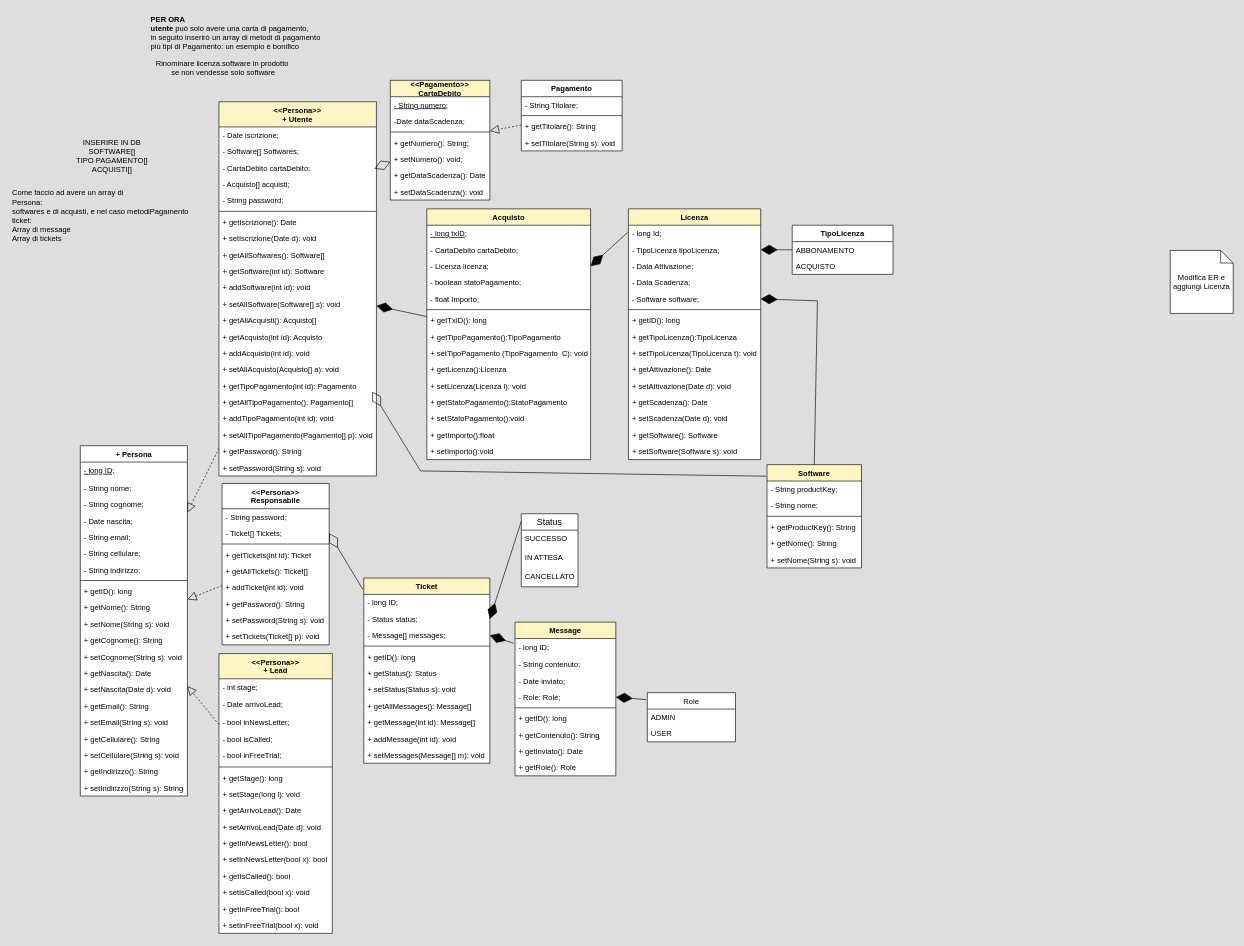
This is page "UML" (1 of 2) of documentazione/UML.drawio from P4na/PipeNetwork, a draw.io file, before an edit. Source tidied: cells renumbered, new cells numbered last; positions are measured from the earlier drawing's top-left corner, leaving out a move shared by most shapes. Both pictures are drawn from the tidied source at 63%, with x=0, y=0 at pixel (11, 11).
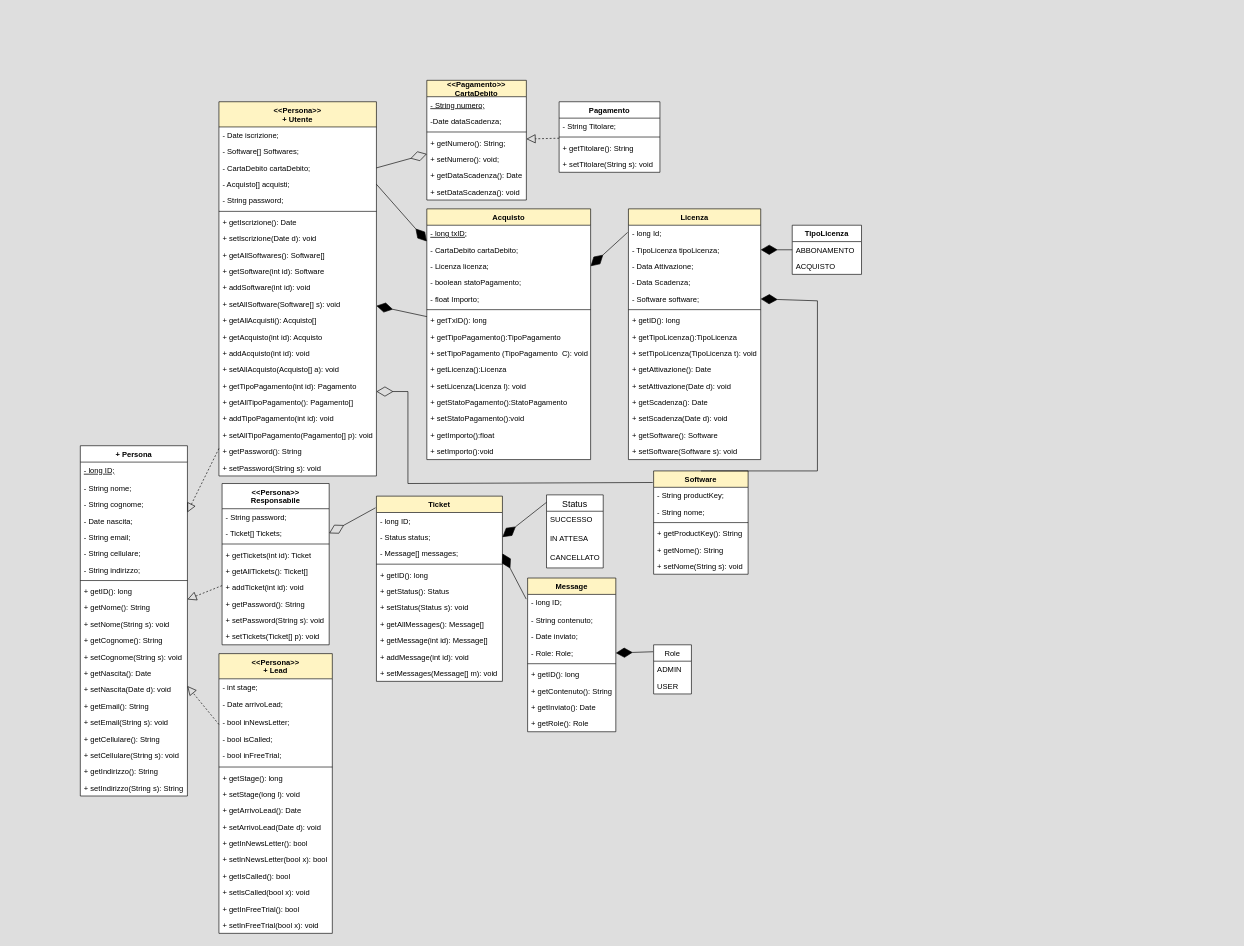
The same page after the edit.

Unchanged cells that the change refers to:
```xml
<mxCell id="28" value="- Acquisto[] acquisti;" style="text;strokeColor=none;fillColor=none;align=left;verticalAlign=top;spacingLeft=4;spacingRight=4;overflow=hidden;points=[[0,0.5],[1,0.5]];portConstraint=eastwest;" parent="24" vertex="1">
  <mxGeometry y="118" width="250" height="26" as="geometry" />
</mxCell>
<mxCell id="42" value="+ getAllTipoPagamento(): Pagamento[]" style="text;strokeColor=none;fillColor=none;align=left;verticalAlign=top;spacingLeft=4;spacingRight=4;overflow=hidden;points=[[0,0.5],[1,0.5]];portConstraint=eastwest;" parent="24" vertex="1">
  <mxGeometry y="464" width="250" height="26" as="geometry" />
</mxCell>
<mxCell id="81" value="Acquisto" style="swimlane;fontStyle=1;align=center;verticalAlign=top;horizontal=1;startSize=26;swimlaneFillColor=default;fillColor=#FFF4C3;" parent="1" vertex="1">
  <mxGeometry x="660" y="314" width="260" height="398" as="geometry" />
</mxCell>
<mxCell id="151" value="- Software software;" style="text;strokeColor=none;fillColor=none;align=left;verticalAlign=top;spacingLeft=4;spacingRight=4;overflow=hidden;points=[[0,0.5],[1,0.5]];portConstraint=eastwest;" parent="146" vertex="1">
  <mxGeometry y="130" width="210" height="26" as="geometry" />
</mxCell>
```

Change to the diagram source:
```diff
@@
     <mxCell id="66" value="&lt;&lt;Pagamento&gt;&gt;&#10;CartaDebito" style="swimlane;fontStyle=1;horizontal=1;startSize=26;fillColor=#FFF4C3;swimlaneFillColor=default;" parent="1" vertex="1">
-      <mxGeometry x="602" y="110" width="158" height="190" as="geometry" />
+      <mxGeometry x="660" y="110" width="158" height="190" as="geometry" />
     </mxCell>
@@
     <mxCell id="74" value="Software" style="swimlane;fontStyle=1;align=center;verticalAlign=top;horizontal=1;startSize=26;swimlaneFillColor=default;fillColor=#FFF4C3;" parent="1" vertex="1">
-      <mxGeometry x="1200" y="720" width="150" height="164" as="geometry" />
+      <mxGeometry x="1020" y="730" width="150" height="164" as="geometry" />
     </mxCell>
@@
     <mxCell id="97" value="Ticket" style="swimlane;fontStyle=1;align=center;verticalAlign=top;horizontal=1;startSize=26;swimlaneFillColor=default;fillColor=#FFF4C3;" parent="1" vertex="1">
-      <mxGeometry x="560" y="900" width="200" height="294" as="geometry" />
+      <mxGeometry x="580" y="770" width="200" height="294" as="geometry" />
     </mxCell>
@@
     <mxCell id="109" value="Status" style="swimlane;fontStyle=0;horizontal=1;startSize=26;align=center;fontSize=14;swimlaneFillColor=default;" parent="1" vertex="1">
-      <mxGeometry x="810" y="798" width="90" height="116" as="geometry" />
+      <mxGeometry x="850" y="768" width="90" height="116" as="geometry" />
     </mxCell>
@@
     <mxCell id="125" value="Message" style="swimlane;fontStyle=1;align=center;verticalAlign=top;horizontal=1;startSize=26;swimlaneFillColor=default;fillColor=#FFF4C3;" parent="1" vertex="1">
-      <mxGeometry x="800" y="970" width="160" height="244" as="geometry" />
+      <mxGeometry x="820" y="900" width="140" height="244" as="geometry" />
     </mxCell>
     <mxCell id="126" value="- long ID;" style="text;strokeColor=none;fillColor=none;align=left;verticalAlign=top;spacingLeft=4;spacingRight=4;overflow=hidden;" parent="125" vertex="1">
-      <mxGeometry y="26" width="160" height="28" as="geometry" />
+      <mxGeometry y="26" width="140" height="28" as="geometry" />
     </mxCell>
     <mxCell id="127" value="- String contenuto;" style="text;strokeColor=none;fillColor=none;align=left;verticalAlign=top;spacingLeft=4;spacingRight=4;overflow=hidden;" parent="125" vertex="1">
-      <mxGeometry y="54" width="160" height="26" as="geometry" />
+      <mxGeometry y="54" width="140" height="26" as="geometry" />
     </mxCell>
     <mxCell id="128" value="- Date inviato;" style="text;strokeColor=none;fillColor=none;align=left;verticalAlign=top;spacingLeft=4;spacingRight=4;overflow=hidden;" parent="125" vertex="1">
-      <mxGeometry y="80" width="160" height="26" as="geometry" />
+      <mxGeometry y="80" width="140" height="26" as="geometry" />
     </mxCell>
     <mxCell id="129" value="- Role: Role;" style="text;strokeColor=none;fillColor=none;align=left;verticalAlign=top;spacingLeft=4;spacingRight=4;overflow=hidden;points=[[0,0.5],[1,0.5]];portConstraint=eastwest;" parent="125" vertex="1">
-      <mxGeometry y="106" width="160" height="26" as="geometry" />
+      <mxGeometry y="106" width="140" height="26" as="geometry" />
     </mxCell>
     <mxCell id="130" style="line;strokeWidth=1;fillColor=none;align=left;verticalAlign=middle;spacingTop=-1;spacingLeft=3;spacingRight=3;labelPosition=right;strokeColor=inherit;" parent="125" vertex="1">
-      <mxGeometry y="132" width="160" height="8" as="geometry" />
+      <mxGeometry y="132" width="140" height="8" as="geometry" />
     </mxCell>
     <mxCell id="131" value="+ getID(): long" style="text;strokeColor=none;fillColor=none;align=left;verticalAlign=top;spacingLeft=4;spacingRight=4;overflow=hidden;" parent="125" vertex="1">
-      <mxGeometry y="140" width="160" height="26" as="geometry" />
+      <mxGeometry y="140" width="140" height="26" as="geometry" />
     </mxCell>
     <mxCell id="132" value="+ getContenuto(): String" style="text;strokeColor=none;fillColor=none;align=left;verticalAlign=top;spacingLeft=4;spacingRight=4;overflow=hidden;" parent="125" vertex="1">
-      <mxGeometry y="166" width="160" height="26" as="geometry" />
+      <mxGeometry y="166" width="140" height="26" as="geometry" />
     </mxCell>
     <mxCell id="133" value="+ getInviato(): Date" style="text;strokeColor=none;fillColor=none;align=left;verticalAlign=top;spacingLeft=4;spacingRight=4;overflow=hidden;" parent="125" vertex="1">
-      <mxGeometry y="192" width="160" height="26" as="geometry" />
+      <mxGeometry y="192" width="140" height="26" as="geometry" />
     </mxCell>
     <mxCell id="134" value="+ getRole(): Role" style="text;strokeColor=none;fillColor=none;align=left;verticalAlign=top;spacingLeft=4;spacingRight=4;overflow=hidden;" parent="125" vertex="1">
-      <mxGeometry y="218" width="160" height="26" as="geometry" />
+      <mxGeometry y="218" width="140" height="26" as="geometry" />
     </mxCell>
     <mxCell id="135" value="Role" style="swimlane;fontStyle=0;horizontal=1;startSize=26;fillColor=default;swimlaneFillColor=default;" parent="1" vertex="1">
-      <mxGeometry x="1010" y="1082" width="140" height="78" as="geometry" />
+      <mxGeometry x="1020" y="1006" width="60" height="78" as="geometry" />
     </mxCell>
     <mxCell id="136" value="ADMIN" style="text;strokeColor=none;fillColor=none;align=left;verticalAlign=top;spacingLeft=4;spacingRight=4;overflow=hidden;" parent="135" vertex="1">
-      <mxGeometry y="26" width="140" height="26" as="geometry" />
+      <mxGeometry y="26" width="60" height="26" as="geometry" />
     </mxCell>
     <mxCell id="137" value="USER" style="text;strokeColor=none;fillColor=none;align=left;verticalAlign=top;spacingLeft=4;spacingRight=4;overflow=hidden;" parent="135" vertex="1">
-      <mxGeometry y="52" width="140" height="26" as="geometry" />
+      <mxGeometry y="52" width="60" height="26" as="geometry" />
     </mxCell>
@@
     <mxCell id="141" style="endArrow=diamondThin;endFill=1;endSize=24;html=1;rounded=0;entryX=1;entryY=0.5;entryDx=0;entryDy=0;exitX=0.5;exitY=0;exitDx=0;exitDy=0;" parent="1" edge="1" source="74" target="151">
       <mxGeometry relative="1" as="geometry">
         <Array as="points">
+          <mxPoint x="1280" y="730" />
           <mxPoint x="1280" y="460" />
         </Array>
       </mxGeometry>
     </mxCell>
-    <mxCell id="142" style="endArrow=diamondThin;endFill=0;endSize=24;html=1;rounded=0;exitX=-0.009;exitY=0.112;exitDx=0;exitDy=0;exitPerimeter=0;entryX=0.973;entryY=-0.143;entryDx=0;entryDy=0;entryPerimeter=0;" parent="1" edge="1" source="74" target="42">
+    <mxCell id="142" style="endArrow=diamondThin;endFill=0;endSize=24;html=1;rounded=0;exitX=-0.009;exitY=0.112;exitDx=0;exitDy=0;exitPerimeter=0;" parent="1" edge="1" source="74">
       <mxGeometry relative="1" as="geometry">
+        <mxPoint x="580" y="604" as="targetPoint" />
         <Array as="points">
-          <mxPoint x="650" y="730" />
+          <mxPoint x="630" y="750" />
+          <mxPoint x="630" y="604" />
         </Array>
       </mxGeometry>
     </mxCell>
     <mxCell id="143" value="TipoLicenza" style="swimlane;fontStyle=1;align=center;verticalAlign=top;horizontal=1;startSize=26;fillColor=default;gradientColor=none;swimlaneFillColor=default;" parent="1" vertex="1">
-      <mxGeometry x="1240" y="340" width="160" height="78" as="geometry" />
+      <mxGeometry x="1240" y="340" width="110" height="78" as="geometry" />
     </mxCell>
     <mxCell id="144" value="ABBONAMENTO" style="text;strokeColor=none;fillColor=none;align=left;verticalAlign=top;spacingLeft=4;spacingRight=4;overflow=hidden;" parent="143" vertex="1">
-      <mxGeometry y="26" width="160" height="26" as="geometry" />
+      <mxGeometry y="26" width="110" height="26" as="geometry" />
     </mxCell>
     <mxCell id="145" value="ACQUISTO" style="text;strokeColor=none;fillColor=none;align=left;verticalAlign=top;spacingLeft=4;spacingRight=4;overflow=hidden;" parent="143" vertex="1">
-      <mxGeometry y="52" width="160" height="26" as="geometry" />
+      <mxGeometry y="52" width="110" height="26" as="geometry" />
     </mxCell>
@@
-    <mxCell id="164" value="Modifica ER e aggiungi Licenza" style="shape=note;size=20;whiteSpace=wrap;html=1;fillColor=default;gradientColor=none;" parent="1" vertex="1">
-      <mxGeometry x="1840" y="380" width="100" height="100" as="geometry" />
-    </mxCell>
     <mxCell id="165" value="Pagamento" style="swimlane;fontStyle=1;align=center;verticalAlign=top;horizontal=1;startSize=26;swimlaneFillColor=default;" parent="1" vertex="1">
-      <mxGeometry x="810" y="110" width="160" height="112" as="geometry" />
+      <mxGeometry x="870" y="144" width="160" height="112" as="geometry" />
     </mxCell>
@@
-    <mxCell id="173" value="&lt;b&gt;PER ORA&amp;nbsp;&lt;/b&gt;&lt;br&gt;&lt;b&gt;utente&lt;/b&gt;&amp;nbsp;può solo avere una carta di pagamento, &lt;br&gt;in seguito inserirò un array di metodi di pagamento&lt;br&gt;più tipi di Pagamento: un esempio è bonifico" style="text;html=1;align=left;verticalAlign=middle;strokeColor=none;fillColor=none;" parent="1" vertex="1">
-      <mxGeometry x="220" width="290" height="70" as="geometry" />
-    </mxCell>
-    <mxCell id="174" value="INSERIRE IN DB&lt;br&gt;SOFTWARE[]&lt;br&gt;TIPO PAGAMENTO[]&lt;br&gt;ACQUISTI[]" style="text;html=1;align=center;verticalAlign=middle;strokeColor=none;fillColor=none;" parent="1" vertex="1">
-      <mxGeometry x="90" y="195" width="140" height="70" as="geometry" />
-    </mxCell>
-    <mxCell id="175" value="Rinominare licenza.software in prodotto&lt;br&gt;&amp;nbsp;se non vendesse solo software" style="text;html=1;align=center;verticalAlign=middle;strokeColor=none;fillColor=none;" parent="1" vertex="1">
-      <mxGeometry x="220" y="70" width="230" height="40" as="geometry" />
-    </mxCell>
-    <mxCell id="176" value="Come faccio ad avere un array di &lt;br&gt;Persona:&lt;br&gt;softwares&amp;nbsp;&lt;span style=&quot;background-color: initial;&quot;&gt;e di acquisti, e nel caso metodiPagamento&lt;br&gt;ticket:&lt;br&gt;Array di message&lt;br&gt;Array di tickets&lt;br&gt;&lt;/span&gt;" style="text;html=1;align=left;verticalAlign=middle;strokeColor=none;fillColor=none;" parent="1" vertex="1">
-      <mxGeometry y="275" width="300" height="100" as="geometry" />
+    <mxCell id="176" value="&lt;span style=&quot;background-color: initial;&quot;&gt;&lt;br&gt;&lt;/span&gt;" style="text;html=1;align=left;verticalAlign=middle;strokeColor=none;fillColor=none;" parent="1" vertex="1">
+      <mxGeometry y="310" width="20" height="30" as="geometry" />
     </mxCell>
+    <mxCell id="177" style="endArrow=diamondThin;endFill=1;endSize=24;html=1;rounded=0;exitX=1;exitY=0.5;exitDx=0;exitDy=0;" parent="1" edge="1" source="28" target="81">
+      <mxGeometry relative="1" as="geometry" />
+    </mxCell>
```
